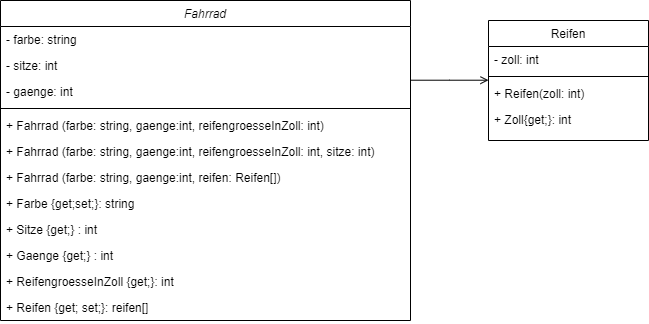
The draw.io diagram UML/1_Fahrrad.drawio.png in gsoTH/tdd_Uebungen, before a commit. Source tidied: cells renumbered, new cells last; positions are measured from the earlier drawing's top-left corner, leaving out a move shared by most shapes. Source of this version:
```xml
<mxGraphModel>
  <root>
    <mxCell id="0" />
    <mxCell id="1" parent="0" />
    <mxCell id="2" value="Fahrrad" style="swimlane;fontStyle=2;align=center;verticalAlign=top;horizontal=1;startSize=26;rounded=0;shadow=0;strokeWidth=1;" parent="1" vertex="1">
      <mxGeometry width="410" height="320" as="geometry" />
    </mxCell>
    <mxCell id="3" value="- farbe: string" style="text;align=left;verticalAlign=top;spacingLeft=4;spacingRight=4;overflow=hidden;" parent="2" vertex="1">
      <mxGeometry y="26" width="410" height="26" as="geometry" />
    </mxCell>
    <mxCell id="4" value="- sitze: int" style="text;align=left;verticalAlign=top;spacingLeft=4;spacingRight=4;overflow=hidden;rounded=0;shadow=0;html=0;" parent="2" vertex="1">
      <mxGeometry y="52" width="410" height="26" as="geometry" />
    </mxCell>
    <mxCell id="5" value="- gaenge: int" style="text;align=left;verticalAlign=top;spacingLeft=4;spacingRight=4;overflow=hidden;rounded=0;shadow=0;html=0;" parent="2" vertex="1">
      <mxGeometry y="78" width="410" height="26" as="geometry" />
    </mxCell>
    <mxCell id="6" style="line;html=1;strokeWidth=1;align=left;verticalAlign=middle;spacingTop=-1;spacingLeft=3;spacingRight=3;labelPosition=right;" parent="2" vertex="1">
      <mxGeometry y="104" width="410" height="8" as="geometry" />
    </mxCell>
    <mxCell id="7" value="+ Fahrrad (farbe: string, gaenge:int, reifengroesseInZoll: int)&#10;" style="text;align=left;verticalAlign=top;spacingLeft=4;spacingRight=4;overflow=hidden;" parent="2" vertex="1">
      <mxGeometry y="112" width="410" height="26" as="geometry" />
    </mxCell>
    <mxCell id="8" value="+ Fahrrad (farbe: string, gaenge:int, reifengroesseInZoll: int, sitze: int)&#10;" style="text;align=left;verticalAlign=top;spacingLeft=4;spacingRight=4;overflow=hidden;" parent="2" vertex="1">
      <mxGeometry y="138" width="410" height="26" as="geometry" />
    </mxCell>
    <mxCell id="9" value="+ Fahrrad (farbe: string, gaenge:int, reifen: Reifen[])&#10;" style="text;align=left;verticalAlign=top;spacingLeft=4;spacingRight=4;overflow=hidden;" parent="2" vertex="1">
      <mxGeometry y="164" width="410" height="26" as="geometry" />
    </mxCell>
    <mxCell id="10" value="+ Farbe {get;set;}: string" style="text;align=left;verticalAlign=top;spacingLeft=4;spacingRight=4;overflow=hidden;" parent="2" vertex="1">
      <mxGeometry y="190" width="410" height="26" as="geometry" />
    </mxCell>
    <mxCell id="11" value="+ Sitze {get;} : int" style="text;align=left;verticalAlign=top;spacingLeft=4;spacingRight=4;overflow=hidden;" parent="2" vertex="1">
      <mxGeometry y="216" width="410" height="26" as="geometry" />
    </mxCell>
    <mxCell id="12" value="+ Gaenge {get;} : int" style="text;align=left;verticalAlign=top;spacingLeft=4;spacingRight=4;overflow=hidden;" parent="2" vertex="1">
      <mxGeometry y="242" width="410" height="26" as="geometry" />
    </mxCell>
    <mxCell id="13" value="+ ReifengroesseInZoll {get;}: int" style="text;align=left;verticalAlign=top;spacingLeft=4;spacingRight=4;overflow=hidden;rounded=0;shadow=0;html=0;" parent="2" vertex="1">
      <mxGeometry y="268" width="410" height="26" as="geometry" />
    </mxCell>
    <mxCell id="14" value="+ Reifen {get; set;}: reifen[]" style="text;align=left;verticalAlign=top;spacingLeft=4;spacingRight=4;overflow=hidden;rounded=0;shadow=0;html=0;" parent="2" vertex="1">
      <mxGeometry y="294" width="410" height="26" as="geometry" />
    </mxCell>
    <mxCell id="15" value="Reifen" style="swimlane;fontStyle=0;align=center;verticalAlign=top;horizontal=1;startSize=26;rounded=0;shadow=0;strokeWidth=1;" parent="1" vertex="1">
      <mxGeometry x="488" y="20" width="160" height="120" as="geometry" />
    </mxCell>
    <mxCell id="16" value="- zoll: int" style="text;align=left;verticalAlign=top;spacingLeft=4;spacingRight=4;overflow=hidden;" parent="15" vertex="1">
      <mxGeometry y="26" width="160" height="26" as="geometry" />
    </mxCell>
    <mxCell id="17" style="line;html=1;strokeWidth=1;align=left;verticalAlign=middle;spacingTop=-1;spacingLeft=3;spacingRight=3;labelPosition=right;" parent="15" vertex="1">
      <mxGeometry y="52" width="160" height="8" as="geometry" />
    </mxCell>
    <mxCell id="18" value="+ Reifen(zoll: int)" style="text;align=left;verticalAlign=top;spacingLeft=4;spacingRight=4;overflow=hidden;" parent="15" vertex="1">
      <mxGeometry y="60" width="160" height="26" as="geometry" />
    </mxCell>
    <mxCell id="19" value="+ Zoll{get;}: int" style="text;align=left;verticalAlign=top;spacingLeft=4;spacingRight=4;overflow=hidden;" parent="15" vertex="1">
      <mxGeometry y="86" width="160" height="26" as="geometry" />
    </mxCell>
    <mxCell id="20" style="endArrow=open;shadow=0;strokeWidth=1;rounded=0;endFill=1;edgeStyle=elbowEdgeStyle;elbow=vertical;" parent="1" edge="1" source="2" target="15">
      <mxGeometry x="0.5" y="41" relative="1" as="geometry">
        <mxPoint x="-40" y="32" as="offset" />
      </mxGeometry>
    </mxCell>
  </root>
</mxGraphModel>
```
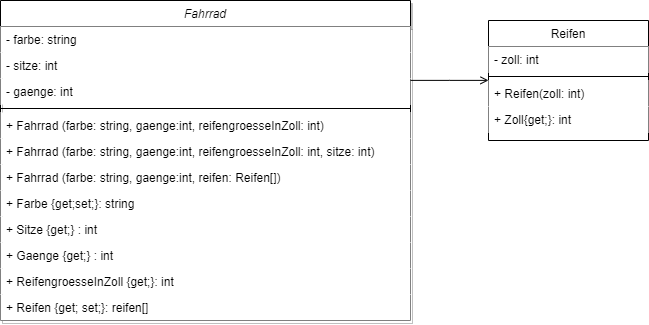
The same diagram one commit later.

Commit message:
Hintergrund nicht mehr transparent

Diff of the diagram source:
```diff
@@ -2,61 +2,61 @@
   <root>
     <mxCell id="0" />
     <mxCell id="1" parent="0" />
-    <mxCell id="2" value="Fahrrad" style="swimlane;fontStyle=2;align=center;verticalAlign=top;horizontal=1;startSize=26;rounded=0;shadow=0;strokeWidth=1;" parent="1" vertex="1">
+    <mxCell id="2" value="Fahrrad" style="swimlane;fontStyle=2;align=center;verticalAlign=top;horizontal=1;startSize=26;rounded=0;shadow=1;strokeWidth=1;fillColor=#FFFFFF;strokeColor=#000000;" parent="1" vertex="1">
       <mxGeometry width="410" height="320" as="geometry" />
     </mxCell>
-    <mxCell id="3" value="- farbe: string" style="text;align=left;verticalAlign=top;spacingLeft=4;spacingRight=4;overflow=hidden;" parent="2" vertex="1">
+    <mxCell id="3" value="- farbe: string" style="text;align=left;verticalAlign=top;spacingLeft=4;spacingRight=4;overflow=hidden;fillColor=#FFFFFF;" parent="2" vertex="1">
       <mxGeometry y="26" width="410" height="26" as="geometry" />
     </mxCell>
-    <mxCell id="4" value="- sitze: int" style="text;align=left;verticalAlign=top;spacingLeft=4;spacingRight=4;overflow=hidden;rounded=0;shadow=0;html=0;" parent="2" vertex="1">
+    <mxCell id="4" value="- sitze: int" style="text;align=left;verticalAlign=top;spacingLeft=4;spacingRight=4;overflow=hidden;rounded=0;shadow=0;html=0;fillColor=#FFFFFF;" parent="2" vertex="1">
       <mxGeometry y="52" width="410" height="26" as="geometry" />
     </mxCell>
-    <mxCell id="5" value="- gaenge: int" style="text;align=left;verticalAlign=top;spacingLeft=4;spacingRight=4;overflow=hidden;rounded=0;shadow=0;html=0;" parent="2" vertex="1">
+    <mxCell id="5" value="- gaenge: int" style="text;align=left;verticalAlign=top;spacingLeft=4;spacingRight=4;overflow=hidden;rounded=0;shadow=0;html=0;fillColor=#FFFFFF;" parent="2" vertex="1">
       <mxGeometry y="78" width="410" height="26" as="geometry" />
     </mxCell>
-    <mxCell id="6" style="line;html=1;strokeWidth=1;align=left;verticalAlign=middle;spacingTop=-1;spacingLeft=3;spacingRight=3;labelPosition=right;" parent="2" vertex="1">
+    <mxCell id="6" style="line;html=1;strokeWidth=1;align=left;verticalAlign=middle;spacingTop=-1;spacingLeft=3;spacingRight=3;labelPosition=right;fillColor=#FFFFFF;" parent="2" vertex="1">
       <mxGeometry y="104" width="410" height="8" as="geometry" />
     </mxCell>
-    <mxCell id="7" value="+ Fahrrad (farbe: string, gaenge:int, reifengroesseInZoll: int)&#10;" style="text;align=left;verticalAlign=top;spacingLeft=4;spacingRight=4;overflow=hidden;" parent="2" vertex="1">
+    <mxCell id="7" value="+ Fahrrad (farbe: string, gaenge:int, reifengroesseInZoll: int)&#10;" style="text;align=left;verticalAlign=top;spacingLeft=4;spacingRight=4;overflow=hidden;fillColor=#FFFFFF;" parent="2" vertex="1">
       <mxGeometry y="112" width="410" height="26" as="geometry" />
     </mxCell>
-    <mxCell id="8" value="+ Fahrrad (farbe: string, gaenge:int, reifengroesseInZoll: int, sitze: int)&#10;" style="text;align=left;verticalAlign=top;spacingLeft=4;spacingRight=4;overflow=hidden;" parent="2" vertex="1">
+    <mxCell id="8" value="+ Fahrrad (farbe: string, gaenge:int, reifengroesseInZoll: int, sitze: int)&#10;" style="text;align=left;verticalAlign=top;spacingLeft=4;spacingRight=4;overflow=hidden;fillColor=#FFFFFF;" parent="2" vertex="1">
       <mxGeometry y="138" width="410" height="26" as="geometry" />
     </mxCell>
-    <mxCell id="9" value="+ Fahrrad (farbe: string, gaenge:int, reifen: Reifen[])&#10;" style="text;align=left;verticalAlign=top;spacingLeft=4;spacingRight=4;overflow=hidden;" parent="2" vertex="1">
+    <mxCell id="9" value="+ Fahrrad (farbe: string, gaenge:int, reifen: Reifen[])&#10;" style="text;align=left;verticalAlign=top;spacingLeft=4;spacingRight=4;overflow=hidden;fillColor=#FFFFFF;" parent="2" vertex="1">
       <mxGeometry y="164" width="410" height="26" as="geometry" />
     </mxCell>
-    <mxCell id="10" value="+ Farbe {get;set;}: string" style="text;align=left;verticalAlign=top;spacingLeft=4;spacingRight=4;overflow=hidden;" parent="2" vertex="1">
+    <mxCell id="10" value="+ Farbe {get;set;}: string" style="text;align=left;verticalAlign=top;spacingLeft=4;spacingRight=4;overflow=hidden;fillColor=#FFFFFF;" parent="2" vertex="1">
       <mxGeometry y="190" width="410" height="26" as="geometry" />
     </mxCell>
-    <mxCell id="11" value="+ Sitze {get;} : int" style="text;align=left;verticalAlign=top;spacingLeft=4;spacingRight=4;overflow=hidden;" parent="2" vertex="1">
+    <mxCell id="11" value="+ Sitze {get;} : int" style="text;align=left;verticalAlign=top;spacingLeft=4;spacingRight=4;overflow=hidden;fillColor=#FFFFFF;" parent="2" vertex="1">
       <mxGeometry y="216" width="410" height="26" as="geometry" />
     </mxCell>
-    <mxCell id="12" value="+ Gaenge {get;} : int" style="text;align=left;verticalAlign=top;spacingLeft=4;spacingRight=4;overflow=hidden;" parent="2" vertex="1">
+    <mxCell id="12" value="+ Gaenge {get;} : int" style="text;align=left;verticalAlign=top;spacingLeft=4;spacingRight=4;overflow=hidden;fillColor=#FFFFFF;" parent="2" vertex="1">
       <mxGeometry y="242" width="410" height="26" as="geometry" />
     </mxCell>
-    <mxCell id="13" value="+ ReifengroesseInZoll {get;}: int" style="text;align=left;verticalAlign=top;spacingLeft=4;spacingRight=4;overflow=hidden;rounded=0;shadow=0;html=0;" parent="2" vertex="1">
+    <mxCell id="13" value="+ ReifengroesseInZoll {get;}: int" style="text;align=left;verticalAlign=top;spacingLeft=4;spacingRight=4;overflow=hidden;rounded=0;shadow=0;html=0;fillColor=#FFFFFF;" parent="2" vertex="1">
       <mxGeometry y="268" width="410" height="26" as="geometry" />
     </mxCell>
-    <mxCell id="14" value="+ Reifen {get; set;}: reifen[]" style="text;align=left;verticalAlign=top;spacingLeft=4;spacingRight=4;overflow=hidden;rounded=0;shadow=0;html=0;" parent="2" vertex="1">
+    <mxCell id="14" value="+ Reifen {get; set;}: reifen[]" style="text;align=left;verticalAlign=top;spacingLeft=4;spacingRight=4;overflow=hidden;rounded=0;shadow=0;html=0;fillColor=#FFFFFF;" parent="2" vertex="1">
       <mxGeometry y="294" width="410" height="26" as="geometry" />
     </mxCell>
-    <mxCell id="15" value="Reifen" style="swimlane;fontStyle=0;align=center;verticalAlign=top;horizontal=1;startSize=26;rounded=0;shadow=0;strokeWidth=1;" parent="1" vertex="1">
+    <mxCell id="15" value="Reifen" style="swimlane;fontStyle=0;align=center;verticalAlign=top;horizontal=1;startSize=26;rounded=0;shadow=0;strokeWidth=1;fillColor=#FFFFFF;" parent="1" vertex="1">
       <mxGeometry x="488" y="20" width="160" height="120" as="geometry" />
     </mxCell>
-    <mxCell id="16" value="- zoll: int" style="text;align=left;verticalAlign=top;spacingLeft=4;spacingRight=4;overflow=hidden;" parent="15" vertex="1">
+    <mxCell id="16" value="- zoll: int" style="text;align=left;verticalAlign=top;spacingLeft=4;spacingRight=4;overflow=hidden;fillColor=#FFFFFF;" parent="15" vertex="1">
       <mxGeometry y="26" width="160" height="26" as="geometry" />
     </mxCell>
-    <mxCell id="17" style="line;html=1;strokeWidth=1;align=left;verticalAlign=middle;spacingTop=-1;spacingLeft=3;spacingRight=3;labelPosition=right;" parent="15" vertex="1">
+    <mxCell id="17" style="line;html=1;strokeWidth=1;align=left;verticalAlign=middle;spacingTop=-1;spacingLeft=3;spacingRight=3;labelPosition=right;fillColor=#FFFFFF;" parent="15" vertex="1">
       <mxGeometry y="52" width="160" height="8" as="geometry" />
     </mxCell>
-    <mxCell id="18" value="+ Reifen(zoll: int)" style="text;align=left;verticalAlign=top;spacingLeft=4;spacingRight=4;overflow=hidden;" parent="15" vertex="1">
+    <mxCell id="18" value="+ Reifen(zoll: int)" style="text;align=left;verticalAlign=top;spacingLeft=4;spacingRight=4;overflow=hidden;fillColor=#FFFFFF;" parent="15" vertex="1">
       <mxGeometry y="60" width="160" height="26" as="geometry" />
     </mxCell>
-    <mxCell id="19" value="+ Zoll{get;}: int" style="text;align=left;verticalAlign=top;spacingLeft=4;spacingRight=4;overflow=hidden;" parent="15" vertex="1">
+    <mxCell id="19" value="+ Zoll{get;}: int" style="text;align=left;verticalAlign=top;spacingLeft=4;spacingRight=4;overflow=hidden;fillColor=#FFFFFF;" parent="15" vertex="1">
       <mxGeometry y="86" width="160" height="26" as="geometry" />
     </mxCell>
-    <mxCell id="20" style="endArrow=open;shadow=0;strokeWidth=1;rounded=0;endFill=1;edgeStyle=elbowEdgeStyle;elbow=vertical;" parent="1" edge="1" source="2" target="15">
+    <mxCell id="20" style="endArrow=open;shadow=0;strokeWidth=1;rounded=0;endFill=1;edgeStyle=elbowEdgeStyle;elbow=vertical;fillColor=#FFFFFF;" parent="1" edge="1" source="2" target="15">
       <mxGeometry x="0.5" y="41" relative="1" as="geometry">
         <mxPoint x="-40" y="32" as="offset" />
       </mxGeometry>
```
